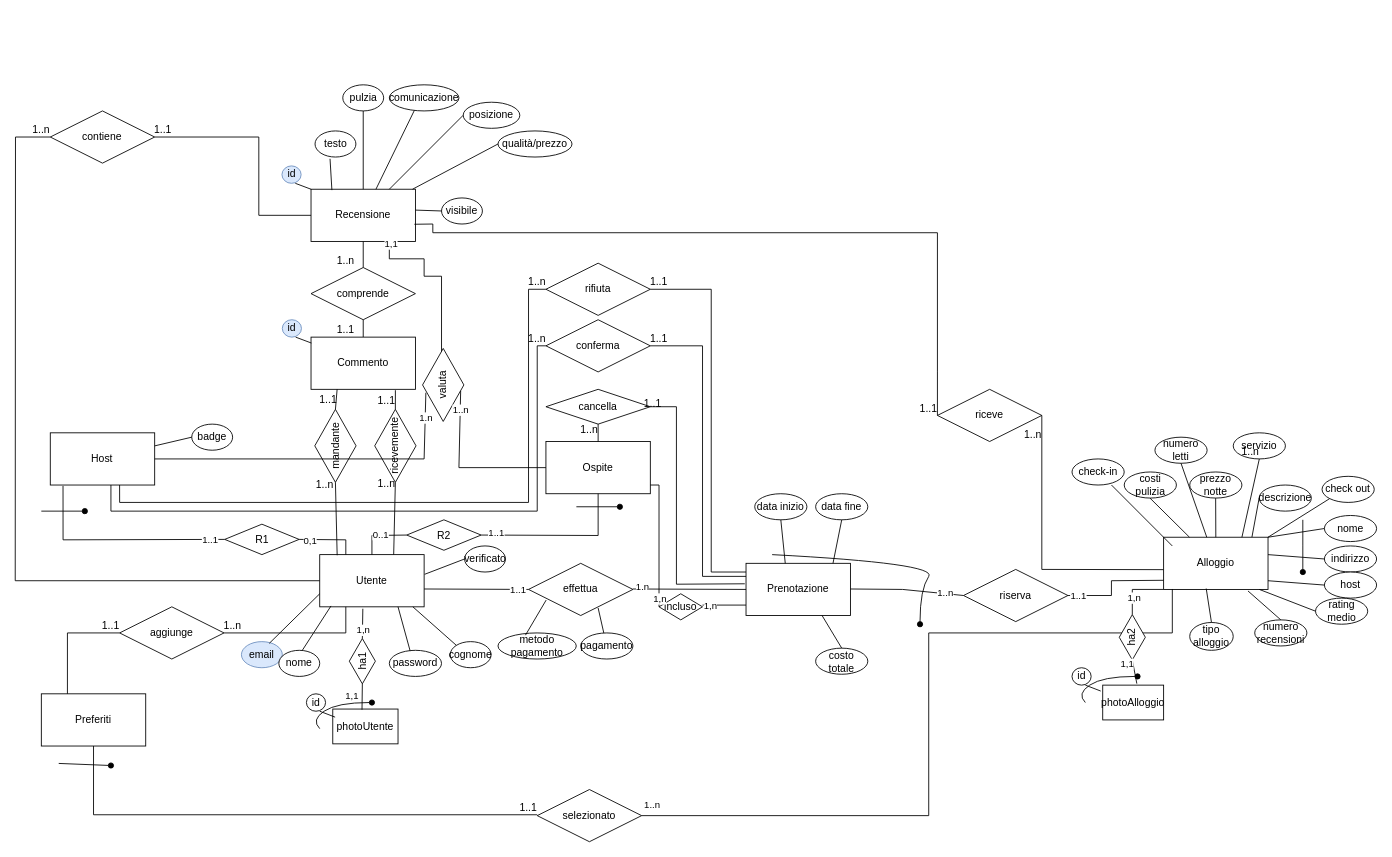
Earlier version of the draw.io diagram E-R Ristrutturato.drawio (cogluca/Vacation-Rental-Database-Docs). Source tidied: cells renumbered, new cells numbered last; positions are measured from the earlier drawing's top-left corner, leaving out a move shared by most shapes. Both pictures are drawn from the tidied source at 87%, with x=0, y=0 at pixel (15, 84).
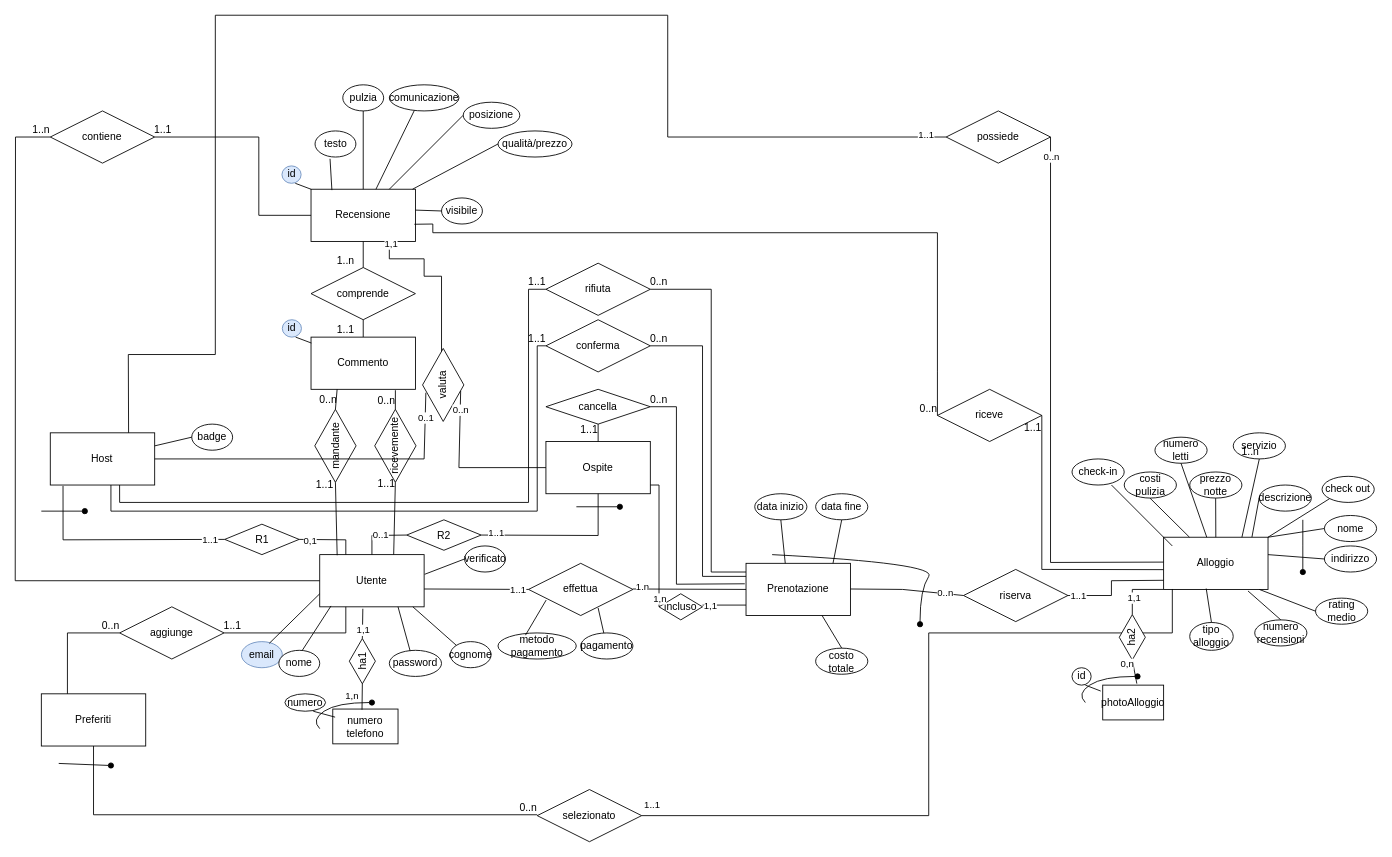
The same diagram, later.

Commit message (it also covers changes not shown here):
refactoring on Alloggio attribute (host) and fix on cardinalities

Unchanged cells that the change refers to:
```xml
<mxCell id="4" value="Host" style="rounded=0;whiteSpace=wrap;html=1;" parent="1" vertex="1">
  <mxGeometry x="40.3" y="400" width="120" height="60" as="geometry" />
</mxCell>
<mxCell id="28" style="endArrow=none;html=1;rounded=0;entryX=0;entryY=0.5;entryDx=0;entryDy=0;" parent="1" edge="1" target="21">
  <mxGeometry relative="1" as="geometry">
    <mxPoint x="960" y="579.5" as="sourcePoint" />
    <Array as="points">
      <mxPoint x="1020" y="580" />
    </Array>
  </mxGeometry>
</mxCell>
<mxCell id="68" style="endArrow=none;html=1;rounded=0;exitX=0.25;exitY=1;exitDx=0;exitDy=0;" parent="1" edge="1" source="6">
  <mxGeometry relative="1" as="geometry">
    <mxPoint x="240" y="630" as="targetPoint" />
    <Array as="points">
      <mxPoint x="380" y="630" />
    </Array>
  </mxGeometry>
</mxCell>
<mxCell id="70" style="endArrow=none;html=1;rounded=0;entryX=0;entryY=0.5;entryDx=0;entryDy=0;exitX=0.25;exitY=0;exitDx=0;exitDy=0;" parent="1" edge="1" source="9" target="2">
  <mxGeometry relative="1" as="geometry">
    <Array as="points">
      <mxPoint x="60" y="630" />
    </Array>
  </mxGeometry>
</mxCell>
<mxCell id="73" style="endArrow=none;html=1;rounded=0;" parent="1" edge="1">
  <mxGeometry relative="1" as="geometry">
    <mxPoint x="720" y="840" as="sourcePoint" />
    <mxPoint x="1330" y="579.5" as="targetPoint" />
    <Array as="points">
      <mxPoint x="1050" y="840" />
      <mxPoint x="1050" y="630" />
      <mxPoint x="1270" y="630" />
      <mxPoint x="1330" y="630" />
    </Array>
  </mxGeometry>
</mxCell>
<mxCell id="76" style="endArrow=none;html=1;rounded=0;exitX=0.5;exitY=1;exitDx=0;exitDy=0;" parent="1" edge="1" source="9">
  <mxGeometry relative="1" as="geometry">
    <mxPoint x="600" y="839" as="targetPoint" />
    <Array as="points">
      <mxPoint x="90" y="839" />
    </Array>
  </mxGeometry>
</mxCell>
<mxCell id="80" style="endArrow=none;html=1;rounded=0;entryX=1;entryY=0.5;entryDx=0;entryDy=0;exitX=0;exitY=0.25;exitDx=0;exitDy=0;" parent="1" edge="1" source="7" target="79">
  <mxGeometry relative="1" as="geometry">
    <Array as="points">
      <mxPoint x="790" y="565" />
      <mxPoint x="790" y="300" />
    </Array>
  </mxGeometry>
</mxCell>
<mxCell id="83" style="endArrow=none;html=1;rounded=0;entryX=1;entryY=0.5;entryDx=0;entryDy=0;" parent="1" edge="1" target="82">
  <mxGeometry relative="1" as="geometry">
    <mxPoint x="840" y="560" as="sourcePoint" />
    <Array as="points">
      <mxPoint x="800" y="560" />
      <mxPoint x="800" y="235" />
    </Array>
  </mxGeometry>
</mxCell>
<mxCell id="85" style="endArrow=none;html=1;rounded=0;entryX=0;entryY=0.5;entryDx=0;entryDy=0;" parent="1" edge="1" target="79">
  <mxGeometry relative="1" as="geometry">
    <mxPoint x="110" y="460" as="sourcePoint" />
    <Array as="points">
      <mxPoint x="110" y="490" />
      <mxPoint x="600" y="490" />
      <mxPoint x="600" y="300" />
    </Array>
  </mxGeometry>
</mxCell>
<mxCell id="87" style="endArrow=none;html=1;rounded=0;entryX=0;entryY=0.5;entryDx=0;entryDy=0;exitX=0.664;exitY=1;exitDx=0;exitDy=0;exitPerimeter=0;" parent="1" edge="1" source="4" target="82">
  <mxGeometry relative="1" as="geometry">
    <Array as="points">
      <mxPoint x="120" y="480" />
      <mxPoint x="590" y="480" />
      <mxPoint x="590" y="235" />
    </Array>
  </mxGeometry>
</mxCell>
<mxCell id="90" style="endArrow=none;html=1;rounded=0;entryX=0.5;entryY=1;entryDx=0;entryDy=0;" parent="1" edge="1" source="5" target="89">
  <mxGeometry relative="1" as="geometry" />
</mxCell>
<mxCell id="92" style="endArrow=none;html=1;rounded=0;exitX=1;exitY=0.5;exitDx=0;exitDy=0;entryX=-0.012;entryY=0.392;entryDx=0;entryDy=0;entryPerimeter=0;" parent="1" edge="1" source="89" target="7">
  <mxGeometry relative="1" as="geometry">
    <Array as="points">
      <mxPoint x="760" y="370" />
      <mxPoint x="760" y="574" />
    </Array>
  </mxGeometry>
</mxCell>
<mxCell id="109" style="endArrow=none;html=1;rounded=0;exitX=1;exitY=0.5;exitDx=0;exitDy=0;entryX=0.25;entryY=1;entryDx=0;entryDy=0;" parent="1" edge="1" source="108" target="106">
  <mxGeometry relative="1" as="geometry" />
</mxCell>
<mxCell id="112" style="endArrow=none;html=1;rounded=0;exitX=1;exitY=0.5;exitDx=0;exitDy=0;entryX=0.808;entryY=1.017;entryDx=0;entryDy=0;entryPerimeter=0;" parent="1" edge="1" source="107" target="106">
  <mxGeometry relative="1" as="geometry" />
</mxCell>
<mxCell id="114" style="endArrow=none;html=1;rounded=0;entryX=0;entryY=0.5;entryDx=0;entryDy=0;" parent="1" edge="1" target="107">
  <mxGeometry relative="1" as="geometry">
    <mxPoint x="435" y="540" as="sourcePoint" />
  </mxGeometry>
</mxCell>
<mxCell id="116" style="endArrow=none;html=1;rounded=0;exitX=0.167;exitY=0.012;exitDx=0;exitDy=0;exitPerimeter=0;entryX=0;entryY=0.5;entryDx=0;entryDy=0;" parent="1" edge="1" source="6" target="108">
  <mxGeometry relative="1" as="geometry" />
</mxCell>
<mxCell id="118" style="endArrow=none;html=1;rounded=0;entryX=0;entryY=0.5;entryDx=0;entryDy=0;exitX=0.99;exitY=0.671;exitDx=0;exitDy=0;exitPerimeter=0;" parent="1" edge="1" source="8" target="72">
  <mxGeometry relative="1" as="geometry">
    <Array as="points">
      <mxPoint x="480" y="160" />
      <mxPoint x="480" y="170" />
      <mxPoint x="1060" y="170" />
      <mxPoint x="1060" y="330" />
    </Array>
  </mxGeometry>
</mxCell>
<mxCell id="120" style="endArrow=none;html=1;rounded=0;exitX=1;exitY=0.5;exitDx=0;exitDy=0;entryX=-0.001;entryY=0.621;entryDx=0;entryDy=0;entryPerimeter=0;" parent="1" edge="1" source="72" target="3">
  <mxGeometry relative="1" as="geometry">
    <Array as="points">
      <mxPoint x="1180" y="557" />
    </Array>
  </mxGeometry>
</mxCell>
<mxCell id="130" style="endArrow=none;html=1;rounded=0;entryX=0.417;entryY=0.922;entryDx=0;entryDy=0;entryPerimeter=0;exitX=0;exitY=0.5;exitDx=0;exitDy=0;" parent="1" edge="1" source="5" target="129">
  <mxGeometry relative="1" as="geometry">
    <Array as="points">
      <mxPoint x="510" y="440" />
    </Array>
  </mxGeometry>
</mxCell>
<mxCell id="132" style="endArrow=none;html=1;rounded=0;exitX=1;exitY=0.5;exitDx=0;exitDy=0;entryX=0.393;entryY=0.08;entryDx=0;entryDy=0;entryPerimeter=0;" parent="1" edge="1" source="4" target="129">
  <mxGeometry relative="1" as="geometry">
    <Array as="points">
      <mxPoint x="470" y="430" />
    </Array>
  </mxGeometry>
</mxCell>
<mxCell id="158" style="endArrow=none;html=1;rounded=0;entryX=0;entryY=1;entryDx=0;entryDy=0;exitX=1;exitY=0.5;exitDx=0;exitDy=0;" parent="1" edge="1" source="160" target="3">
  <mxGeometry relative="1" as="geometry">
    <Array as="points">
      <mxPoint x="1284" y="580" />
    </Array>
  </mxGeometry>
</mxCell>
<mxCell id="161" style="endArrow=none;html=1;rounded=0;entryX=0;entryY=0.5;entryDx=0;entryDy=0;exitX=0.56;exitY=-0.043;exitDx=0;exitDy=0;exitPerimeter=0;" parent="1" edge="1" source="157" target="160">
  <mxGeometry relative="1" as="geometry" />
</mxCell>
<mxCell id="163" style="endArrow=none;html=1;rounded=0;" parent="1" edge="1">
  <mxGeometry relative="1" as="geometry">
    <mxPoint x="790" y="598" as="sourcePoint" />
    <mxPoint x="840" y="598" as="targetPoint" />
  </mxGeometry>
</mxCell>
<mxCell id="170" style="endArrow=none;html=1;rounded=0;entryX=0;entryY=0.5;entryDx=0;entryDy=0;exitX=0.448;exitY=0.02;exitDx=0;exitDy=0;exitPerimeter=0;" parent="1" edge="1" source="168" target="169">
  <mxGeometry relative="1" as="geometry" />
</mxCell>
<mxCell id="172" style="endArrow=none;html=1;rounded=0;entryX=0.413;entryY=1.037;entryDx=0;entryDy=0;entryPerimeter=0;exitX=1;exitY=0.5;exitDx=0;exitDy=0;" parent="1" edge="1" source="169" target="6">
  <mxGeometry relative="1" as="geometry" />
</mxCell>
```

Diff of the diagram source:
```diff
@@
-    <mxCell id="29" value="1..n" style="edgeLabel;html=1;align=center;verticalAlign=middle;" parent="28" vertex="1">
+    <mxCell id="29" value="0..n" style="edgeLabel;html=1;align=center;verticalAlign=middle;" parent="28" vertex="1">
       <mxGeometry x="0.67" y="1" relative="1" as="geometry" />
     </mxCell>
@@
-    <mxCell id="54" value="host" style="ellipse;whiteSpace=wrap;html=1;align=center;" parent="1" vertex="1">
-      <mxGeometry x="1504.8" y="560" width="60" height="30" as="geometry" />
-    </mxCell>
-    <mxCell id="55" style="endArrow=none;html=1;rounded=0;entryX=0;entryY=0.5;entryDx=0;entryDy=0;exitX=1;exitY=0.5;exitDx=0;exitDy=0;" parent="1" edge="1" target="54">
-      <mxGeometry relative="1" as="geometry">
-        <mxPoint x="1440" y="570" as="sourcePoint" />
-      </mxGeometry>
-    </mxCell>
@@
-    <mxCell id="69" value="1..n" style="html=1;align=right;verticalAlign=bottom;" parent="68" vertex="1">
+    <mxCell id="69" value="1..1" style="html=1;align=right;verticalAlign=bottom;" parent="68" vertex="1">
       <mxGeometry x="1" relative="1" as="geometry">
         <mxPoint x="20" as="offset" />
       </mxGeometry>
     </mxCell>
@@
-    <mxCell id="71" value="1..1" style="html=1;align=right;verticalAlign=bottom;" parent="70" vertex="1">
+    <mxCell id="71" value="0..n" style="html=1;align=right;verticalAlign=bottom;" parent="70" vertex="1">
       <mxGeometry x="1" relative="1" as="geometry" />
     </mxCell>
@@
-    <mxCell id="74" value="1..n" style="edgeLabel;html=1;align=center;verticalAlign=middle;" parent="73" vertex="1">
+    <mxCell id="74" value="1..1" style="edgeLabel;html=1;align=center;verticalAlign=middle;" parent="73" vertex="1">
       <mxGeometry x="-0.96" y="-2" relative="1" as="geometry">
         <mxPoint x="-6" y="-15" as="offset" />
       </mxGeometry>
     </mxCell>
@@
-    <mxCell id="77" value="1..1" style="html=1;align=right;verticalAlign=bottom;" parent="76" vertex="1">
+    <mxCell id="77" value="0..n" style="html=1;align=right;verticalAlign=bottom;" parent="76" vertex="1">
       <mxGeometry x="1" relative="1" as="geometry" />
     </mxCell>
@@
-    <mxCell id="81" value="1..1" style="html=1;align=right;verticalAlign=bottom;" parent="80" vertex="1">
+    <mxCell id="81" value="0..n" style="html=1;align=right;verticalAlign=bottom;" parent="80" vertex="1">
       <mxGeometry x="1" relative="1" as="geometry">
         <mxPoint x="20" as="offset" />
       </mxGeometry>
     </mxCell>
@@
-    <mxCell id="84" value="1..1" style="html=1;align=right;verticalAlign=bottom;" parent="83" vertex="1">
+    <mxCell id="84" value="0..n" style="html=1;align=right;verticalAlign=bottom;" parent="83" vertex="1">
       <mxGeometry x="1" relative="1" as="geometry">
         <mxPoint x="20" as="offset" />
       </mxGeometry>
     </mxCell>
@@
-    <mxCell id="86" value="1..n" style="html=1;align=right;verticalAlign=bottom;" parent="85" vertex="1">
+    <mxCell id="86" value="1..1" style="html=1;align=right;verticalAlign=bottom;" parent="85" vertex="1">
       <mxGeometry x="1" relative="1" as="geometry" />
     </mxCell>
@@
-    <mxCell id="88" value="1..n" style="html=1;align=right;verticalAlign=bottom;" parent="87" vertex="1">
+    <mxCell id="88" value="1..1" style="html=1;align=right;verticalAlign=bottom;" parent="87" vertex="1">
       <mxGeometry x="1" relative="1" as="geometry" />
     </mxCell>
@@
-    <mxCell id="91" value="1..n" style="html=1;align=right;verticalAlign=bottom;" parent="90" vertex="1">
+    <mxCell id="91" value="1..1" style="html=1;align=right;verticalAlign=bottom;" parent="90" vertex="1">
       <mxGeometry x="1" relative="1" as="geometry">
         <mxPoint y="15" as="offset" />
       </mxGeometry>
     </mxCell>
@@
-    <mxCell id="93" value="1..1" style="html=1;align=right;verticalAlign=bottom;" parent="92" vertex="1">
+    <mxCell id="93" value="0..n" style="html=1;align=right;verticalAlign=bottom;" parent="92" vertex="1">
       <mxGeometry x="1" relative="1" as="geometry">
-        <mxPoint x="-96" y="-199" as="offset" />
+        <mxPoint x="-89" y="-204" as="offset" />
       </mxGeometry>
     </mxCell>
@@
-    <mxCell id="110" value="1..1" style="html=1;align=right;verticalAlign=bottom;" parent="109" vertex="1">
+    <mxCell id="110" value="0..n" style="html=1;align=right;verticalAlign=bottom;" parent="109" vertex="1">
       <mxGeometry x="1" relative="1" as="geometry">
         <mxPoint y="20" as="offset" />
       </mxGeometry>
     </mxCell>
@@
-    <mxCell id="113" value="1..1" style="html=1;align=right;verticalAlign=bottom;" parent="112" vertex="1">
+    <mxCell id="113" value="0..n" style="html=1;align=right;verticalAlign=bottom;" parent="112" vertex="1">
       <mxGeometry x="1" relative="1" as="geometry">
         <mxPoint y="20" as="offset" />
       </mxGeometry>
     </mxCell>
@@
-    <mxCell id="115" value="1..n" style="html=1;align=right;verticalAlign=bottom;" parent="114" vertex="1">
+    <mxCell id="115" value="1..1" style="html=1;align=right;verticalAlign=bottom;" parent="114" vertex="1">
       <mxGeometry x="1" relative="1" as="geometry">
         <mxPoint y="10" as="offset" />
       </mxGeometry>
     </mxCell>
@@
-    <mxCell id="117" value="1..n" style="html=1;align=right;verticalAlign=bottom;" parent="116" vertex="1">
+    <mxCell id="117" value="1..1" style="html=1;align=right;verticalAlign=bottom;" parent="116" vertex="1">
       <mxGeometry x="1" relative="1" as="geometry">
         <mxPoint x="-2" y="11" as="offset" />
       </mxGeometry>
     </mxCell>
@@
-    <mxCell id="119" value="1..1" style="html=1;align=right;verticalAlign=bottom;fillColor=default;" parent="118" vertex="1">
+    <mxCell id="119" value="0..n" style="html=1;align=right;verticalAlign=bottom;fillColor=default;" parent="118" vertex="1">
       <mxGeometry x="1" relative="1" as="geometry" />
     </mxCell>
@@
-    <mxCell id="121" value="1..n" style="html=1;align=right;verticalAlign=bottom;fillColor=default;" parent="120" vertex="1">
+    <mxCell id="121" style="html=1;align=right;verticalAlign=bottom;fillColor=default;" parent="120" vertex="1">
       <mxGeometry x="1" relative="1" as="geometry">
         <mxPoint x="-140" y="-147" as="offset" />
       </mxGeometry>
     </mxCell>
@@
-    <mxCell id="131" value="1..n" style="edgeLabel;html=1;align=center;verticalAlign=middle;" parent="130" vertex="1">
+    <mxCell id="131" value="0..n" style="edgeLabel;html=1;align=center;verticalAlign=middle;" parent="130" vertex="1">
       <mxGeometry x="0.78" relative="1" as="geometry" />
     </mxCell>
@@
-    <mxCell id="133" value="1.n" style="edgeLabel;html=1;align=center;verticalAlign=middle;" parent="132" vertex="1">
+    <mxCell id="133" value="0..1" style="edgeLabel;html=1;align=center;verticalAlign=middle;" parent="132" vertex="1">
       <mxGeometry x="0.85" relative="1" as="geometry" />
     </mxCell>
@@
-    <mxCell id="159" value="1,n" style="edgeLabel;html=1;align=center;verticalAlign=middle;" parent="158" vertex="1">
+    <mxCell id="159" value="1,1" style="edgeLabel;html=1;align=center;verticalAlign=middle;" parent="158" vertex="1">
       <mxGeometry x="-0.37" y="-1" relative="1" as="geometry" />
     </mxCell>
@@
-    <mxCell id="162" value="1,1" style="edgeLabel;html=1;align=center;verticalAlign=middle;" parent="161" vertex="1">
+    <mxCell id="162" value="0,n" style="edgeLabel;html=1;align=center;verticalAlign=middle;" parent="161" vertex="1">
       <mxGeometry x="-0.1" y="-1" relative="1" as="geometry">
         <mxPoint x="-10" y="-11" as="offset" />
       </mxGeometry>
     </mxCell>
@@
-    <mxCell id="164" value="1,n" style="edgeLabel;html=1;align=center;verticalAlign=middle;" parent="163" vertex="1">
+    <mxCell id="164" value="1,1" style="edgeLabel;html=1;align=center;verticalAlign=middle;" parent="163" vertex="1">
       <mxGeometry x="-0.67" relative="1" as="geometry" />
     </mxCell>
@@
-    <mxCell id="168" value="photoUtente" style="rounded=0;whiteSpace=wrap;html=1;" parent="1" vertex="1">
+    <mxCell id="168" value="numero&lt;br&gt;telefono" style="rounded=0;whiteSpace=wrap;html=1;" parent="1" vertex="1">
       <mxGeometry x="365" y="717.5" width="75" height="40" as="geometry" />
     </mxCell>
@@
-    <mxCell id="171" value="1,1" style="edgeLabel;html=1;align=center;verticalAlign=middle;" parent="170" vertex="1">
+    <mxCell id="171" value="1,n" style="edgeLabel;html=1;align=center;verticalAlign=middle;" parent="170" vertex="1">
       <mxGeometry x="-0.1" y="-1" relative="1" as="geometry">
         <mxPoint x="-13" y="-3" as="offset" />
       </mxGeometry>
     </mxCell>
@@
-    <mxCell id="173" value="1,n" style="edgeLabel;html=1;align=center;verticalAlign=middle;" parent="172" vertex="1">
+    <mxCell id="173" value="1,1" style="edgeLabel;html=1;align=center;verticalAlign=middle;" parent="172" vertex="1">
       <mxGeometry x="-0.44" relative="1" as="geometry" />
     </mxCell>
@@
-    <mxCell id="181" value="id" style="ellipse;whiteSpace=wrap;html=1;" parent="1" vertex="1">
-      <mxGeometry x="334.7" y="700" width="22" height="20" as="geometry" />
+    <mxCell id="181" value="numero" style="ellipse;whiteSpace=wrap;html=1;" parent="1" vertex="1">
+      <mxGeometry x="310" y="700" width="46.7" height="20" as="geometry" />
     </mxCell>
@@
+    <mxCell id="184" style="endArrow=none;html=1;rounded=0;" parent="1" edge="1">
+      <mxGeometry relative="1" as="geometry">
+        <mxPoint x="1190" y="60" as="sourcePoint" />
+        <mxPoint x="1320" y="548.6" as="targetPoint" />
+        <Array as="points">
+          <mxPoint x="1190" y="549" />
+        </Array>
+      </mxGeometry>
+    </mxCell>
+    <mxCell id="185" value="1..1" style="html=1;align=right;verticalAlign=bottom;fillColor=default;" parent="184" vertex="1">
+      <mxGeometry x="1" relative="1" as="geometry">
+        <mxPoint x="-140" y="-147" as="offset" />
+      </mxGeometry>
+    </mxCell>
+    <mxCell id="186" value="0..n" style="edgeLabel;html=1;align=center;verticalAlign=middle;" parent="184" vertex="1">
+      <mxGeometry x="-0.93" relative="1" as="geometry" />
+    </mxCell>
+    <mxCell id="187" value="possiede" style="shape=rhombus;perimeter=rhombusPerimeter;whiteSpace=wrap;html=1;align=center;" parent="1" vertex="1">
+      <mxGeometry x="1070" y="30" width="120" height="60" as="geometry" />
+    </mxCell>
+    <mxCell id="188" style="endArrow=none;html=1;rounded=0;entryX=0;entryY=0.5;entryDx=0;entryDy=0;exitX=0.75;exitY=0;exitDx=0;exitDy=0;" parent="1" edge="1" source="4" target="187">
+      <mxGeometry relative="1" as="geometry">
+        <Array as="points">
+          <mxPoint x="130" y="310" />
+          <mxPoint x="230" y="310" />
+          <mxPoint x="230" y="-80" />
+          <mxPoint x="750" y="-80" />
+          <mxPoint x="750" y="60" />
+        </Array>
+      </mxGeometry>
+    </mxCell>
+    <mxCell id="189" value="1..1" style="edgeLabel;html=1;align=center;verticalAlign=middle;" parent="188" vertex="1">
+      <mxGeometry x="0.97" y="3" relative="1" as="geometry" />
+    </mxCell>
```
